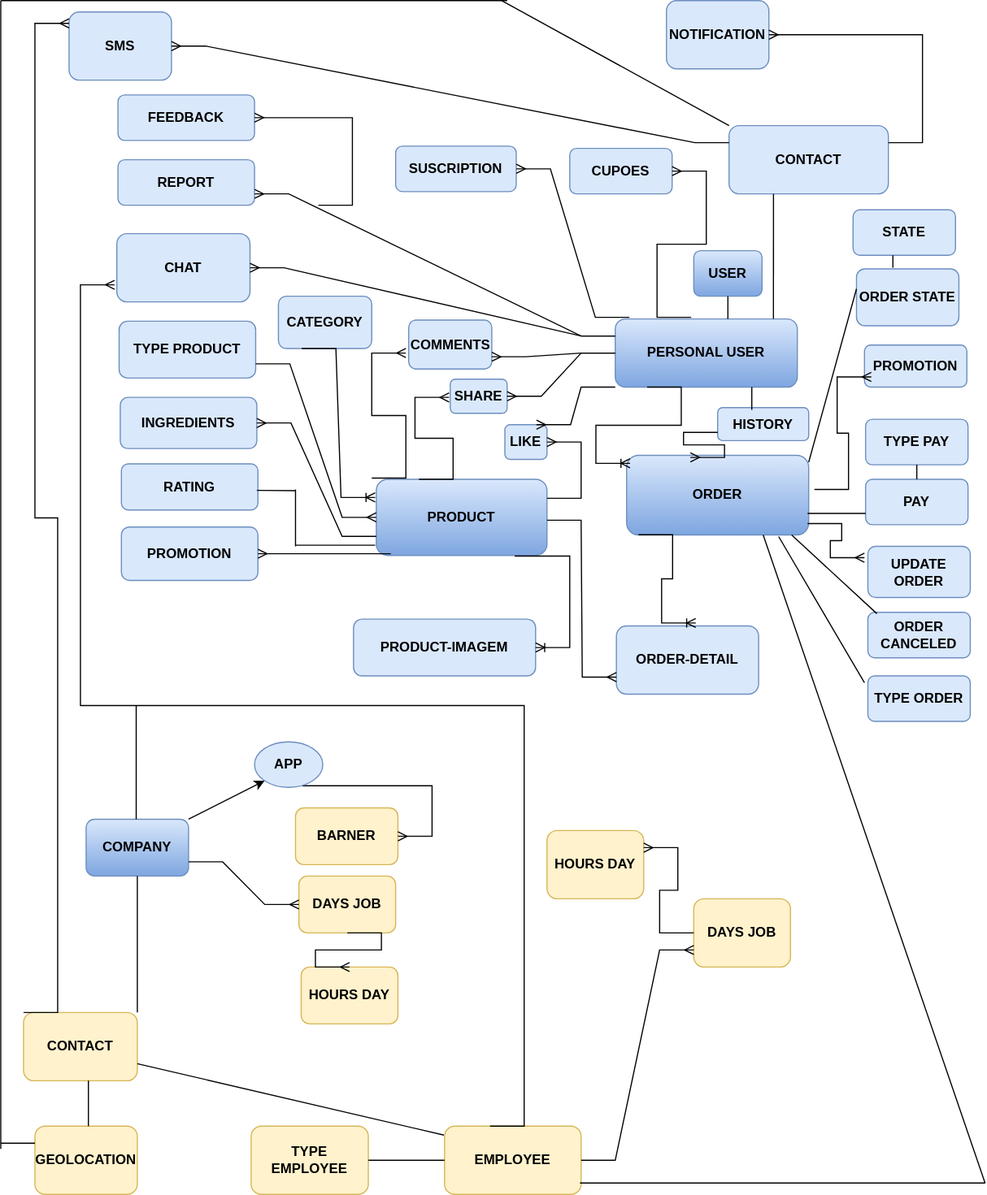
filda1/Script-Code keeps this draw.io diagram as Estructuras App/Delivery_Skeletor.drawio (2).svg. Above is the earlier version. Source tidied: cells renumbered, new cells last; positions are measured from the earlier drawing's top-left corner, leaving out a move shared by most shapes.
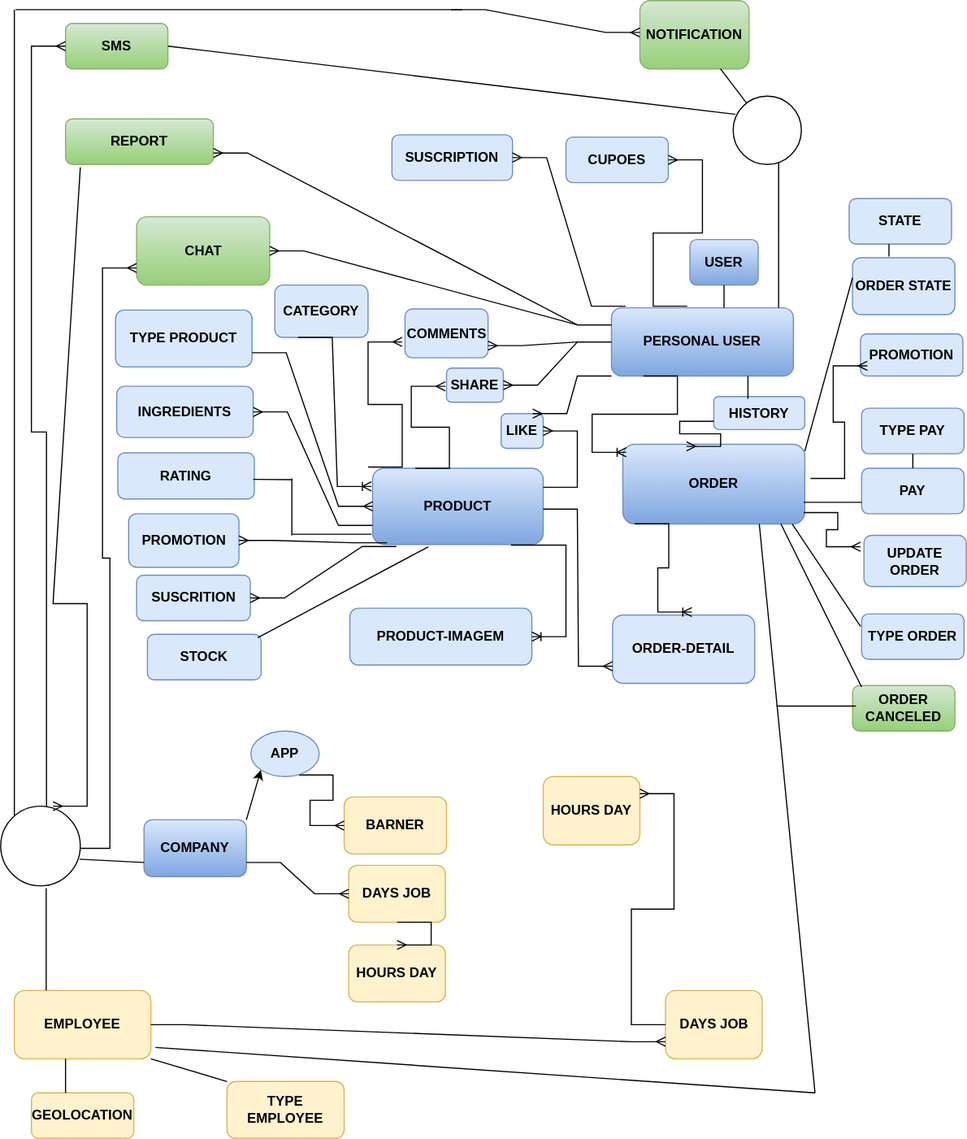
After the change.

The edit, as a diff of the source:
```diff
@@ -22,5 +22,2 @@
     </mxCell>
-    <mxCell id="8" value="CONTACT" style="rounded=1;whiteSpace=wrap;html=1;labelBackgroundColor=none;labelBorderColor=none;fillColor=#dae8fc;strokeColor=#6c8ebf;fontStyle=1;" parent="1" vertex="1">
-      <mxGeometry x="640" y="110" width="140" height="60" as="geometry" />
-    </mxCell>
     <mxCell id="9" style="edgeStyle=entityRelationEdgeStyle;fontSize=12;html=1;endArrow=ERmany;rounded=0;fontColor=#000000;entryX=0;entryY=0.75;entryDx=0;entryDy=0;" parent="1" edge="1" target="7">
@@ -39,5 +36,5 @@
     </mxCell>
-    <mxCell id="12" style="endArrow=none;html=1;rounded=0;fontColor=#000000;entryX=0.279;entryY=1;entryDx=0;entryDy=0;entryPerimeter=0;" parent="1" edge="1" target="8">
+    <mxCell id="12" style="endArrow=none;html=1;rounded=0;fontColor=#000000;entryX=0.667;entryY=0.933;entryDx=0;entryDy=0;entryPerimeter=0;" parent="1" edge="1" target="102">
       <mxGeometry relative="1" as="geometry">
-        <mxPoint x="679" y="280" as="sourcePoint" />
+        <mxPoint x="687" y="280" as="sourcePoint" />
       </mxGeometry>
@@ -65,3 +62,3 @@
     <mxCell id="19" value="&lt;b&gt;PROMOTION&lt;/b&gt;" style="rounded=1;whiteSpace=wrap;html=1;labelBackgroundColor=none;labelBorderColor=none;fillColor=#dae8fc;strokeColor=#6c8ebf;" parent="1" vertex="1">
-      <mxGeometry x="106" y="463" width="120" height="47" as="geometry" />
+      <mxGeometry x="115.5" y="461" width="97" height="47" as="geometry" />
     </mxCell>
@@ -88,4 +85,4 @@
     </mxCell>
-    <mxCell id="25" value="ORDER CANCELED" style="rounded=1;whiteSpace=wrap;html=1;labelBackgroundColor=none;labelBorderColor=none;fillColor=#dae8fc;strokeColor=#6c8ebf;fontStyle=1;" parent="1" vertex="1">
-      <mxGeometry x="762" y="538" width="90" height="40" as="geometry" />
+    <mxCell id="25" value="ORDER CANCELED" style="rounded=1;whiteSpace=wrap;html=1;labelBackgroundColor=none;labelBorderColor=none;fillColor=#d5e8d4;strokeColor=#82b366;fontStyle=1;gradientColor=#97d077;" parent="1" vertex="1">
+      <mxGeometry x="752" y="612" width="90" height="40" as="geometry" />
     </mxCell>
@@ -93,3 +90,3 @@
       <mxGeometry relative="1" as="geometry">
-        <mxPoint x="695" y="470" as="sourcePoint" />
+        <mxPoint x="689" y="470" as="sourcePoint" />
       </mxGeometry>
@@ -104,16 +101,8 @@
     </mxCell>
-    <mxCell id="29" value="&lt;b&gt;SMS&lt;/b&gt;" style="rounded=1;whiteSpace=wrap;html=1;labelBackgroundColor=none;labelBorderColor=none;fillColor=#dae8fc;strokeColor=#6c8ebf;" parent="1" vertex="1">
-      <mxGeometry x="60" y="10" width="90" height="60" as="geometry" />
+    <mxCell id="29" value="&lt;b&gt;SMS&lt;/b&gt;" style="rounded=1;whiteSpace=wrap;html=1;labelBackgroundColor=none;labelBorderColor=none;fillColor=#d5e8d4;strokeColor=#82b366;gradientColor=#97d077;" parent="1" vertex="1">
+      <mxGeometry x="60" y="30" width="90" height="40" as="geometry" />
     </mxCell>
-    <mxCell id="30" value="NOTIFICATION" style="rounded=1;whiteSpace=wrap;html=1;labelBackgroundColor=none;labelBorderColor=none;fillColor=#dae8fc;strokeColor=#6c8ebf;fontStyle=1;" parent="1" vertex="1">
-      <mxGeometry x="585" width="90" height="60" as="geometry" />
+    <mxCell id="30" value="NOTIFICATION" style="rounded=1;whiteSpace=wrap;html=1;labelBackgroundColor=none;labelBorderColor=none;fillColor=#d5e8d4;strokeColor=#82b366;fontStyle=1;gradientColor=#97d077;" parent="1" vertex="1">
+      <mxGeometry x="565" y="10" width="96" height="60" as="geometry" />
     </mxCell>
-    <mxCell id="31" style="edgeStyle=entityRelationEdgeStyle;fontSize=12;html=1;endArrow=ERmany;rounded=0;fontColor=#000000;" parent="1" edge="1" target="30">
-      <mxGeometry relative="1" as="geometry">
-        <mxPoint x="780" y="125" as="sourcePoint" />
-      </mxGeometry>
-    </mxCell>
-    <mxCell id="32" style="edgeStyle=entityRelationEdgeStyle;fontSize=12;html=1;endArrow=ERmany;rounded=0;fontColor=#000000;exitX=0;exitY=0.25;exitDx=0;exitDy=0;" parent="1" edge="1" source="8" target="29">
-      <mxGeometry relative="1" as="geometry" />
-    </mxCell>
     <mxCell id="33" value="TYPE PAY" style="rounded=1;whiteSpace=wrap;html=1;labelBackgroundColor=none;labelBorderColor=none;fillColor=#dae8fc;strokeColor=#6c8ebf;fontStyle=1;" parent="1" vertex="1">
@@ -124,4 +113,4 @@
     </mxCell>
-    <mxCell id="35" value="CHAT" style="rounded=1;whiteSpace=wrap;html=1;labelBackgroundColor=none;labelBorderColor=none;fillColor=#dae8fc;strokeColor=#6c8ebf;fontStyle=1;" parent="1" vertex="1">
-      <mxGeometry x="102" y="205" width="117" height="60" as="geometry" />
+    <mxCell id="35" value="CHAT" style="rounded=1;whiteSpace=wrap;html=1;labelBackgroundColor=none;labelBorderColor=none;fillColor=#d5e8d4;fontStyle=1;strokeColor=#82b366;gradientColor=#97d077;" parent="1" vertex="1">
+      <mxGeometry x="122.5" y="200" width="117" height="60" as="geometry" />
     </mxCell>
@@ -143,11 +132,11 @@
     <mxCell id="41" value="EMPLOYEE" style="rounded=1;whiteSpace=wrap;html=1;labelBackgroundColor=none;labelBorderColor=none;fillColor=#fff2cc;strokeColor=#d6b656;fontStyle=1;" parent="1" vertex="1">
-      <mxGeometry x="390" y="990" width="120" height="60" as="geometry" />
+      <mxGeometry x="15" y="880" width="120" height="60" as="geometry" />
     </mxCell>
     <mxCell id="42" value="TYPE EMPLOYEE" style="rounded=1;whiteSpace=wrap;html=1;labelBackgroundColor=none;labelBorderColor=none;fillColor=#fff2cc;strokeColor=#d6b656;fontStyle=1;" parent="1" vertex="1">
-      <mxGeometry x="220" y="990" width="103" height="60" as="geometry" />
+      <mxGeometry x="202" y="960" width="103" height="50" as="geometry" />
     </mxCell>
     <mxCell id="43" value="BARNER" style="rounded=1;whiteSpace=wrap;html=1;labelBackgroundColor=none;labelBorderColor=none;fillColor=#fff2cc;strokeColor=#d6b656;fontStyle=1;" parent="1" vertex="1">
-      <mxGeometry x="259" y="710" width="90" height="50" as="geometry" />
+      <mxGeometry x="305" y="710" width="90" height="50" as="geometry" />
     </mxCell>
-    <mxCell id="44" style="endArrow=none;html=1;rounded=0;fontColor=#000000;entryX=1;entryY=0.5;entryDx=0;entryDy=0;exitX=0;exitY=0.5;exitDx=0;exitDy=0;exitPerimeter=0;" parent="1" edge="1" source="41" target="42">
+    <mxCell id="44" style="endArrow=none;html=1;rounded=0;fontColor=#000000;entryX=0;entryY=0;entryDx=0;entryDy=0;exitX=1;exitY=1;exitDx=0;exitDy=0;" parent="1" edge="1" source="41" target="42">
       <mxGeometry relative="1" as="geometry" />
@@ -155,3 +144,3 @@
     <mxCell id="45" value="&lt;b&gt;DAYS JOB&lt;/b&gt;" style="rounded=1;whiteSpace=wrap;html=1;labelBackgroundColor=none;labelBorderColor=none;fillColor=#fff2cc;strokeColor=#d6b656;fontStyle=0;" parent="1" vertex="1">
-      <mxGeometry x="609" y="790" width="85" height="60" as="geometry" />
+      <mxGeometry x="587.5" y="880" width="85" height="60" as="geometry" />
     </mxCell>
@@ -161,3 +150,3 @@
     <mxCell id="47" value="HOURS DAY" style="rounded=1;whiteSpace=wrap;html=1;labelBackgroundColor=none;labelBorderColor=none;fillColor=#fff2cc;strokeColor=#d6b656;fontStyle=1;" parent="1" vertex="1">
-      <mxGeometry x="480" y="730" width="85" height="60" as="geometry" />
+      <mxGeometry x="480" y="692" width="85" height="60" as="geometry" />
     </mxCell>
@@ -166,32 +155,13 @@
     </mxCell>
-    <mxCell id="49" value="CONTACT" style="rounded=1;whiteSpace=wrap;html=1;labelBackgroundColor=none;labelBorderColor=none;fillColor=#fff2cc;strokeColor=#d6b656;fontStyle=1;" parent="1" vertex="1">
-      <mxGeometry x="20" y="890" width="100" height="60" as="geometry" />
-    </mxCell>
-    <mxCell id="50" style="endArrow=none;html=1;rounded=0;fontColor=#000000;exitX=1;exitY=0.75;exitDx=0;exitDy=0;entryX=-0.005;entryY=0.13;entryDx=0;entryDy=0;entryPerimeter=0;" parent="1" edge="1" source="49" target="41">
-      <mxGeometry relative="1" as="geometry" />
-    </mxCell>
-    <mxCell id="51" style="edgeStyle=entityRelationEdgeStyle;fontSize=12;html=1;endArrow=ERmany;rounded=0;fontColor=#000000;exitX=0.333;exitY=0;exitDx=0;exitDy=0;exitPerimeter=0;" parent="1" edge="1" source="41">
-      <mxGeometry relative="1" as="geometry">
-        <mxPoint x="100" y="250" as="targetPoint" />
-      </mxGeometry>
+    <mxCell id="51" style="edgeStyle=entityRelationEdgeStyle;fontSize=12;html=1;endArrow=ERmany;rounded=0;fontColor=#000000;entryX=0;entryY=0.75;entryDx=0;entryDy=0;exitX=0.943;exitY=0.529;exitDx=0;exitDy=0;exitPerimeter=0;" parent="1" edge="1" source="100" target="35">
+      <mxGeometry relative="1" as="geometry" />
     </mxCell>
-    <mxCell id="52" style="edgeStyle=entityRelationEdgeStyle;fontSize=12;html=1;endArrow=ERmany;rounded=0;fontColor=#000000;" parent="1" edge="1">
-      <mxGeometry relative="1" as="geometry">
-        <mxPoint x="20" y="890" as="sourcePoint" />
-        <mxPoint x="60" y="20" as="targetPoint" />
-      </mxGeometry>
+    <mxCell id="52" style="edgeStyle=entityRelationEdgeStyle;fontSize=12;html=1;endArrow=ERmany;rounded=0;fontColor=#000000;exitX=0;exitY=0;exitDx=0;exitDy=0;entryX=0;entryY=0.5;entryDx=0;entryDy=0;" parent="1" edge="1" source="100" target="29">
+      <mxGeometry relative="1" as="geometry" />
     </mxCell>
     <mxCell id="53" value="COMPANY" style="rounded=1;whiteSpace=wrap;html=1;labelBackgroundColor=none;labelBorderColor=none;fillColor=#dae8fc;strokeColor=#6c8ebf;fontStyle=1;gradientColor=#7ea6e0;" parent="1" vertex="1">
-      <mxGeometry x="75" y="720" width="90" height="50" as="geometry" />
+      <mxGeometry x="129" y="730" width="90" height="50" as="geometry" />
     </mxCell>
-    <mxCell id="54" style="endArrow=none;html=1;rounded=0;fontColor=#000000;exitX=0.489;exitY=0;exitDx=0;exitDy=0;exitPerimeter=0;" parent="1" edge="1" source="53">
-      <mxGeometry relative="1" as="geometry">
-        <mxPoint x="119" y="620" as="targetPoint" />
-      </mxGeometry>
-    </mxCell>
-    <mxCell id="55" style="endArrow=none;html=1;rounded=0;fontColor=#000000;entryX=0.5;entryY=1;entryDx=0;entryDy=0;exitX=1;exitY=0;exitDx=0;exitDy=0;" parent="1" edge="1" source="49" target="53">
-      <mxGeometry relative="1" as="geometry" />
-    </mxCell>
     <mxCell id="56" value="&lt;b&gt;GEOLOCATION&lt;/b&gt;" style="rounded=1;whiteSpace=wrap;html=1;labelBackgroundColor=none;labelBorderColor=none;fillColor=#fff2cc;strokeColor=#d6b656;" parent="1" vertex="1">
-      <mxGeometry x="30" y="990" width="90" height="60" as="geometry" />
+      <mxGeometry x="30" y="970" width="90" height="40" as="geometry" />
     </mxCell>
@@ -199,10 +169,8 @@
       <mxGeometry relative="1" as="geometry">
-        <mxPoint x="77" y="990" as="sourcePoint" />
-        <mxPoint x="77" y="950" as="targetPoint" />
+        <mxPoint x="60" y="970" as="sourcePoint" />
+        <mxPoint x="60" y="940" as="targetPoint" />
       </mxGeometry>
     </mxCell>
-    <mxCell id="58" style="endArrow=none;html=1;rounded=0;fontColor=#000000;exitX=0;exitY=0.25;exitDx=0;exitDy=0;" parent="1" edge="1" source="56">
-      <mxGeometry relative="1" as="geometry">
-        <mxPoint y="1005" as="targetPoint" />
-      </mxGeometry>
+    <mxCell id="58" style="endArrow=none;html=1;rounded=0;fontColor=#000000;exitX=0;exitY=0.75;exitDx=0;exitDy=0;entryX=0.991;entryY=0.666;entryDx=0;entryDy=0;entryPerimeter=0;" parent="1" edge="1" source="53" target="100">
+      <mxGeometry relative="1" as="geometry" />
     </mxCell>
@@ -210,4 +178,4 @@
       <mxGeometry relative="1" as="geometry">
-        <mxPoint y="1010" as="sourcePoint" />
-        <mxPoint as="targetPoint" />
+        <mxPoint x="15" y="728" as="sourcePoint" />
+        <mxPoint x="15" y="18" as="targetPoint" />
       </mxGeometry>
@@ -216,15 +184,9 @@
       <mxGeometry relative="1" as="geometry">
-        <mxPoint as="sourcePoint" />
-        <mxPoint x="445" as="targetPoint" />
+        <mxPoint x="16" y="18" as="sourcePoint" />
+        <mxPoint x="409" y="18" as="targetPoint" />
       </mxGeometry>
     </mxCell>
-    <mxCell id="61" style="endArrow=none;html=1;rounded=0;fontColor=#000000;" parent="1" edge="1">
-      <mxGeometry relative="1" as="geometry">
-        <mxPoint x="640" y="110" as="sourcePoint" />
-        <mxPoint x="440" as="targetPoint" />
-      </mxGeometry>
-    </mxCell>
     <mxCell id="62" style="endArrow=none;html=1;rounded=0;entryX=0.75;entryY=1;entryDx=0;entryDy=0;" parent="1" edge="1" target="6">
       <mxGeometry relative="1" as="geometry">
-        <mxPoint x="865" y="1040" as="sourcePoint" />
+        <mxPoint x="719" y="970" as="sourcePoint" />
       </mxGeometry>
@@ -233,4 +195,4 @@
       <mxGeometry relative="1" as="geometry">
-        <mxPoint x="509" y="1040" as="sourcePoint" />
-        <mxPoint x="865" y="1040" as="targetPoint" />
+        <mxPoint x="139" y="930" as="sourcePoint" />
+        <mxPoint x="719" y="970" as="targetPoint" />
       </mxGeometry>
@@ -241,11 +203,12 @@
     <mxCell id="65" value="TYPE ORDER" style="rounded=1;whiteSpace=wrap;html=1;fillColor=#dae8fc;strokeColor=#6c8ebf;fontStyle=1;" parent="1" vertex="1">
-      <mxGeometry x="762" y="594" width="90" height="40" as="geometry" />
+      <mxGeometry x="760" y="549" width="90" height="40" as="geometry" />
     </mxCell>
-    <mxCell id="66" style="endArrow=none;html=1;rounded=0;entryX=0.835;entryY=1.02;entryDx=0;entryDy=0;entryPerimeter=0;" parent="1" edge="1" target="6">
+    <mxCell id="66" style="endArrow=none;html=1;rounded=0;" parent="1" edge="1">
       <mxGeometry relative="1" as="geometry">
-        <mxPoint x="759" y="600" as="sourcePoint" />
+        <mxPoint x="759" y="560" as="sourcePoint" />
+        <mxPoint x="699" y="470" as="targetPoint" />
       </mxGeometry>
     </mxCell>
-    <mxCell id="67" value="REPORT" style="rounded=1;whiteSpace=wrap;html=1;fontStyle=1;fillColor=#dae8fc;strokeColor=#6c8ebf;" parent="1" vertex="1">
-      <mxGeometry x="103" y="140" width="120" height="40" as="geometry" />
+    <mxCell id="67" value="REPORT" style="rounded=1;whiteSpace=wrap;html=1;fontStyle=1;fillColor=#d5e8d4;strokeColor=#82b366;gradientColor=#97d077;" parent="1" vertex="1">
+      <mxGeometry x="60" y="114" width="130" height="40" as="geometry" />
     </mxCell>
@@ -278,10 +241,2 @@
     </mxCell>
-    <mxCell id="75" value="FEEDBACK" style="rounded=1;whiteSpace=wrap;html=1;fillColor=#dae8fc;strokeColor=#6c8ebf;fontStyle=1;" parent="1" vertex="1">
-      <mxGeometry x="103" y="83" width="120" height="40" as="geometry" />
-    </mxCell>
-    <mxCell id="76" style="edgeStyle=entityRelationEdgeStyle;fontSize=12;html=1;endArrow=ERmany;rounded=0;" parent="1" edge="1" target="75">
-      <mxGeometry relative="1" as="geometry">
-        <mxPoint x="279" y="180" as="sourcePoint" />
-      </mxGeometry>
-    </mxCell>
     <mxCell id="77" value="SHARE" style="rounded=1;whiteSpace=wrap;html=1;fillColor=#dae8fc;strokeColor=#6c8ebf;fontStyle=1;" parent="1" vertex="1">
@@ -362,6 +317,6 @@
     <mxCell id="96" value="HOURS DAY" style="rounded=1;whiteSpace=wrap;html=1;labelBackgroundColor=none;labelBorderColor=none;fillColor=#fff2cc;strokeColor=#d6b656;fontStyle=1;" parent="1" vertex="1">
-      <mxGeometry x="264" y="850" width="85" height="50" as="geometry" />
+      <mxGeometry x="309" y="840" width="85" height="50" as="geometry" />
     </mxCell>
     <mxCell id="97" value="&lt;b&gt;DAYS JOB&lt;/b&gt;" style="rounded=1;whiteSpace=wrap;html=1;labelBackgroundColor=none;labelBorderColor=none;fillColor=#fff2cc;strokeColor=#d6b656;fontStyle=0;" parent="1" vertex="1">
-      <mxGeometry x="262" y="770" width="85" height="50" as="geometry" />
+      <mxGeometry x="309" y="770" width="85" height="50" as="geometry" />
     </mxCell>
@@ -373,2 +328,59 @@
     </mxCell>
+    <mxCell id="100" style="ellipse;whiteSpace=wrap;html=1;" parent="1" vertex="1">
+      <mxGeometry x="3" y="718" width="70" height="70" as="geometry" />
+    </mxCell>
+    <mxCell id="101" style="endArrow=none;html=1;rounded=0;" parent="1" edge="1">
+      <mxGeometry relative="1" as="geometry">
+        <mxPoint x="43" y="880" as="sourcePoint" />
+        <mxPoint x="43" y="790" as="targetPoint" />
+      </mxGeometry>
+    </mxCell>
+    <mxCell id="102" style="ellipse;whiteSpace=wrap;html=1;" parent="1" vertex="1">
+      <mxGeometry x="647" y="94" width="60" height="60" as="geometry" />
+    </mxCell>
+    <mxCell id="103" style="edgeStyle=entityRelationEdgeStyle;fontSize=12;html=1;endArrow=ERmany;rounded=0;entryX=0.657;entryY=0;entryDx=0;entryDy=0;entryPerimeter=0;" parent="1" edge="1" target="100">
+      <mxGeometry relative="1" as="geometry">
+        <mxPoint x="49" y="540" as="sourcePoint" />
+      </mxGeometry>
+    </mxCell>
+    <mxCell id="104" style="endArrow=none;html=1;rounded=0;exitX=1;exitY=0.5;exitDx=0;exitDy=0;" parent="1" edge="1" source="29">
+      <mxGeometry relative="1" as="geometry">
+        <mxPoint x="649" y="110" as="targetPoint" />
+      </mxGeometry>
+    </mxCell>
+    <mxCell id="105" style="edgeStyle=entityRelationEdgeStyle;fontSize=12;html=1;endArrow=ERmany;rounded=0;entryX=0;entryY=0.5;entryDx=0;entryDy=0;" parent="1" edge="1">
+      <mxGeometry relative="1" as="geometry">
+        <mxPoint x="399" y="18" as="sourcePoint" />
+        <mxPoint x="565" y="38" as="targetPoint" />
+      </mxGeometry>
+    </mxCell>
+    <mxCell id="106" style="endArrow=none;html=1;rounded=0;entryX=0.1;entryY=1.065;entryDx=0;entryDy=0;entryPerimeter=0;" parent="1" edge="1" target="67">
+      <mxGeometry relative="1" as="geometry">
+        <mxPoint x="49" y="540" as="sourcePoint" />
+      </mxGeometry>
+    </mxCell>
+    <mxCell id="107" style="endArrow=none;html=1;rounded=0;" parent="1" edge="1">
+      <mxGeometry relative="1" as="geometry">
+        <mxPoint x="685" y="630" as="sourcePoint" />
+        <mxPoint x="755" y="630" as="targetPoint" />
+      </mxGeometry>
+    </mxCell>
+    <mxCell id="108" style="endArrow=none;html=1;rounded=0;" parent="1" edge="1" source="102" target="30">
+      <mxGeometry relative="1" as="geometry" />
+    </mxCell>
+    <mxCell id="109" value="STOCK" style="rounded=1;whiteSpace=wrap;html=1;fillColor=#dae8fc;strokeColor=#6c8ebf;fontStyle=1;" parent="1" vertex="1">
+      <mxGeometry x="132" y="567" width="100" height="40" as="geometry" />
+    </mxCell>
+    <mxCell id="110" style="endArrow=none;html=1;rounded=0;" parent="1" edge="1">
+      <mxGeometry relative="1" as="geometry">
+        <mxPoint x="229" y="570" as="sourcePoint" />
+        <mxPoint x="379" y="490" as="targetPoint" />
+      </mxGeometry>
+    </mxCell>
+    <mxCell id="111" value="SUSCRITION" style="rounded=1;whiteSpace=wrap;html=1;fillColor=#dae8fc;strokeColor=#6c8ebf;fontStyle=1;" parent="1" vertex="1">
+      <mxGeometry x="122.5" y="515" width="100" height="40" as="geometry" />
+    </mxCell>
+    <mxCell id="112" style="edgeStyle=entityRelationEdgeStyle;fontSize=12;html=1;endArrow=ERmany;rounded=0;entryX=1;entryY=0.5;entryDx=0;entryDy=0;exitX=0.139;exitY=1.027;exitDx=0;exitDy=0;exitPerimeter=0;" parent="1" edge="1" source="2" target="111">
+      <mxGeometry relative="1" as="geometry" />
+    </mxCell>
   </root>
```
